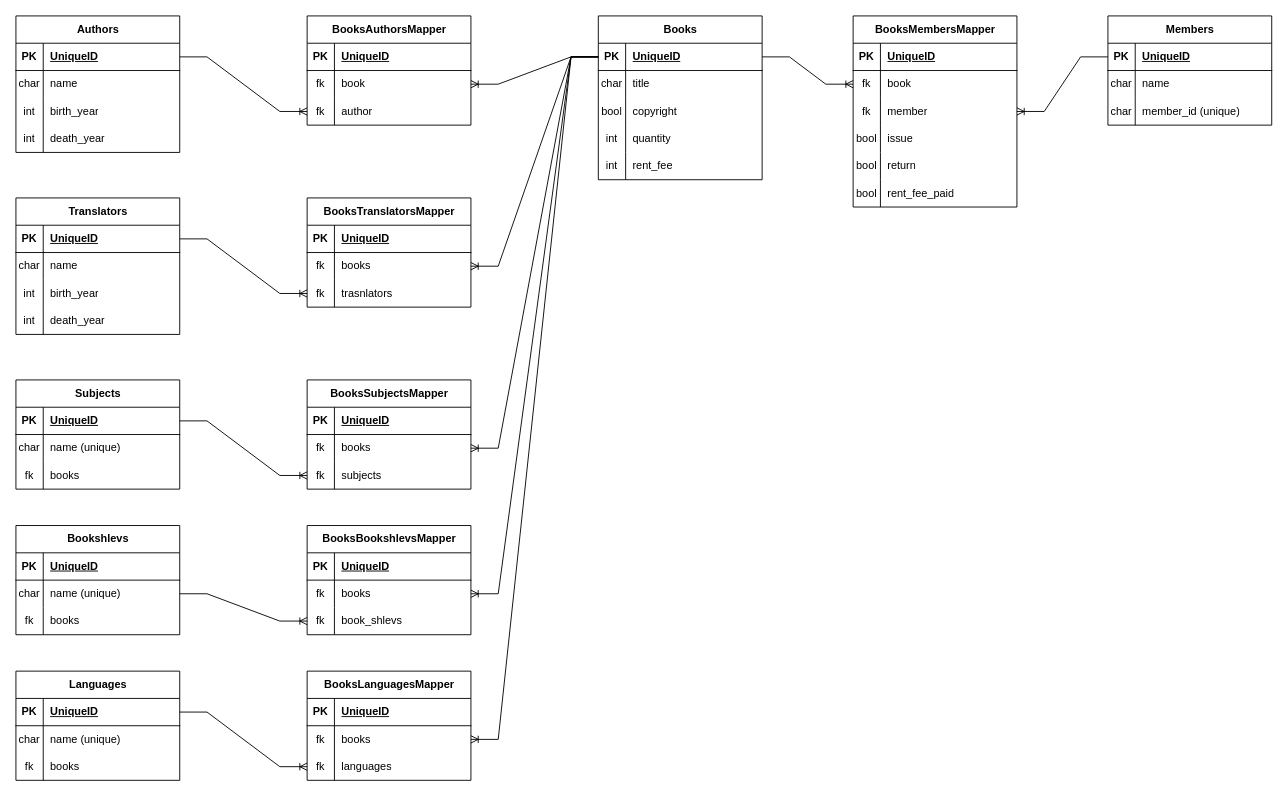
The draw.io diagram library_schema.drawio in mayankbth/drivex_test_assignment_django, before the edit. Source tidied: cells renumbered, new cells numbered last; positions are measured from the earlier drawing's top-left corner, leaving out a move shared by most shapes. Both pictures are drawn from the tidied source at 91%, with x=0, y=0 at pixel (15, 15).
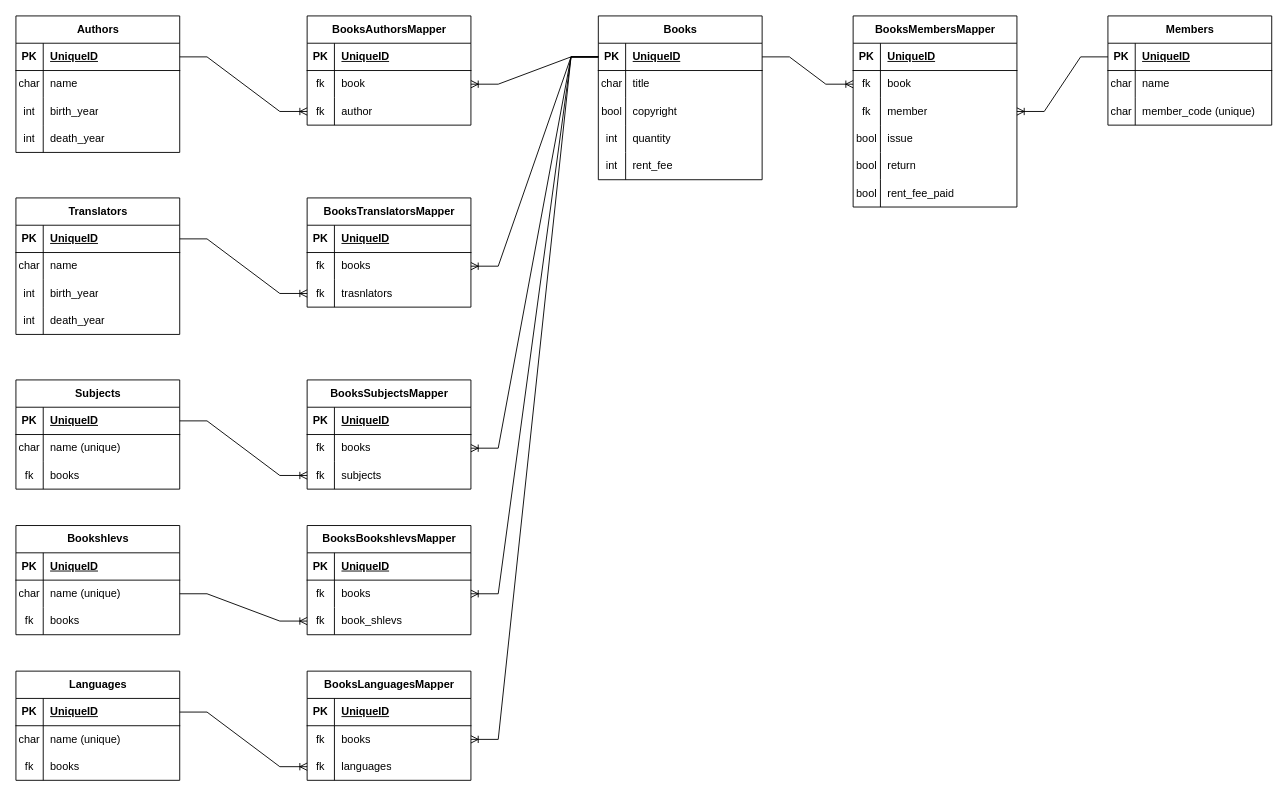
The same diagram, later.

Commit message (it also covers changes not shown here):
Add Member and BookMemberMapper models

The change refers to these unchanged cells:
```xml
<mxCell id="100" style="shape=tableRow;horizontal=0;startSize=0;swimlaneHead=0;swimlaneBody=0;fillColor=none;top=0;left=0;right=0;bottom=0;" parent="93" vertex="1">
  <mxGeometry y="90" width="180" height="30" as="geometry" />
</mxCell>
```

What changed in the source:
```diff
@@
-    <mxCell id="102" value="member_id (unique)" style="shape=partialRectangle;fillColor=none;top=0;left=0;bottom=0;right=0;align=left;spacingLeft=6;overflow=hidden;whiteSpace=wrap;html=1;" parent="100" vertex="1">
+    <mxCell id="102" value="member_code (unique)" style="shape=partialRectangle;fillColor=none;top=0;left=0;bottom=0;right=0;align=left;spacingLeft=6;overflow=hidden;whiteSpace=wrap;html=1;" parent="100" vertex="1">
       <mxGeometry x="30" width="150" height="30" as="geometry" />
     </mxCell>
```
